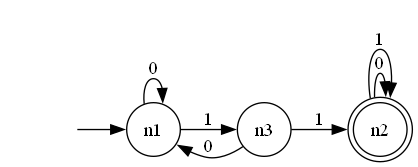
This is Minimal.gv.png from Ren23813/proyecto1_teoriaComputacion, a Graphviz export, as it was before one commit. Its source is kept beside it as Minimal.gv. Source of this version:
```dot
digraph Minimal {
	graph [rankdir=LR]
	"" [label="" shape=plaintext]
	n2 [label=n2 shape=doublecircle]
	n1 [label=n1 shape=circle]
	n3 [label=n3 shape=circle]
	"" -> n1 [label=""]
	n1 -> n1 [label=0]
	n1 -> n3 [label=1]
	n3 -> n1 [label=0]
	n3 -> n2 [label=1]
	n2 -> n2 [label=0]
	n2 -> n2 [label=1]
}
```
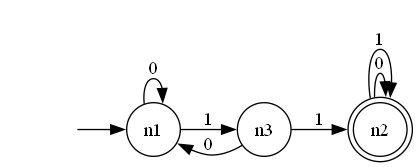
The same file after the commit.

Change to the diagram source:
```diff
@@ -2,13 +2,13 @@
 	graph [rankdir=LR]
 	"" [label="" shape=plaintext]
 	n2 [label=n2 shape=doublecircle]
+	n3 [label=n3 shape=circle]
 	n1 [label=n1 shape=circle]
-	n3 [label=n3 shape=circle]
 	"" -> n1 [label=""]
-	n1 -> n1 [label=0]
-	n1 -> n3 [label=1]
+	n2 -> n2 [label=0]
+	n2 -> n2 [label=1]
 	n3 -> n1 [label=0]
 	n3 -> n2 [label=1]
-	n2 -> n2 [label=0]
-	n2 -> n2 [label=1]
+	n1 -> n3 [label=1]
+	n1 -> n1 [label=0]
 }
```
